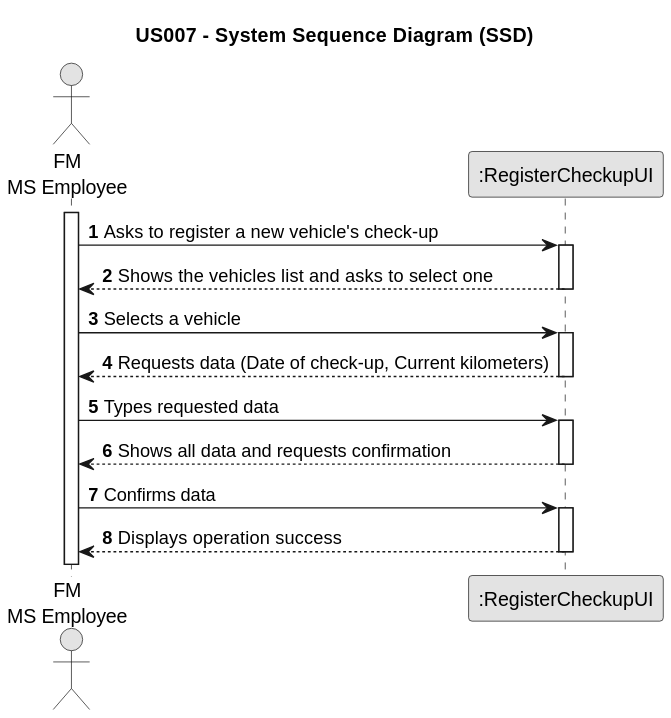
This is docs/sprintA/us007/01.requirements-engineering/svg/us007-system-sequence-diagram.svg from Rui-San/LAPR2_2023_2024, a PlantUML export, as it was before one commit. Its diagram source:
```plantuml
@startuml
skinparam monochrome true
skinparam packageStyle rectangle
skinparam shadowing false

title US007 - System Sequence Diagram (SSD)

autonumber

actor "FM\nMS Employee" as Employee
participant ":RegisterCheckupUI" as System

activate Employee

    Employee -> System : Asks to register a new vehicle's check-up
    activate System

        System --> Employee : Shows the vehicles list and asks to select one
    deactivate System

    Employee -> System : Selects a vehicle
    activate System

        System --> Employee : Requests data (Date of check-up, Current kilometers)
    deactivate System

    Employee -> System : Types requested data
    activate System

        System --> Employee : Shows all data and requests confirmation
    deactivate System

    Employee -> System : Confirms data
    activate System

        System --> Employee : Displays operation success
    deactivate System
@enduml
```
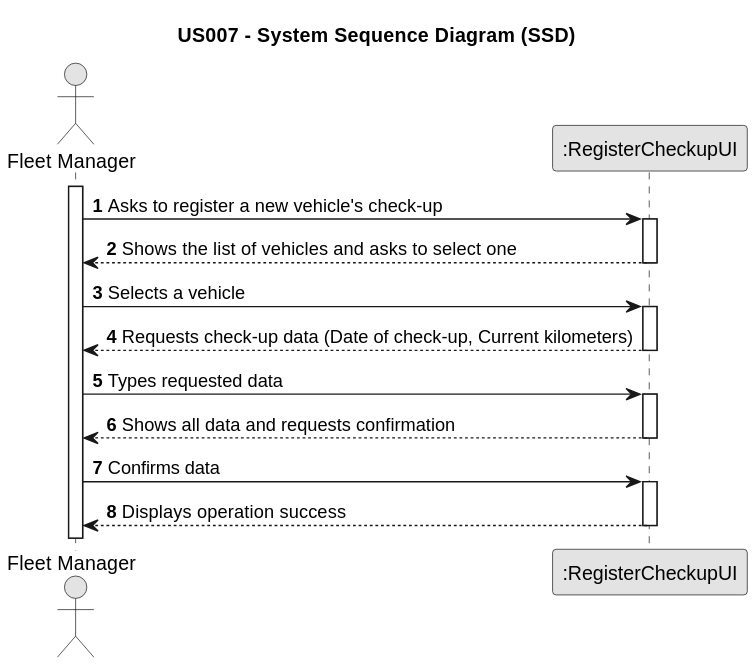
Later version of the same file.

Change to the diagram source:
```diff
@@ -7,7 +7,7 @@
 
 autonumber
 
-actor "FM\nMS Employee" as Employee
+actor "Fleet Manager" as Employee
 participant ":RegisterCheckupUI" as System
 
 activate Employee
@@ -15,13 +15,13 @@
     Employee -> System : Asks to register a new vehicle's check-up
     activate System
 
-        System --> Employee : Shows the vehicles list and asks to select one
+        System --> Employee : Shows the list of vehicles and asks to select one
     deactivate System
 
     Employee -> System : Selects a vehicle
     activate System
 
-        System --> Employee : Requests data (Date of check-up, Current kilometers)
+        System --> Employee : Requests check-up data (Date of check-up, Current kilometers)
     deactivate System
 
     Employee -> System : Types requested data
```
